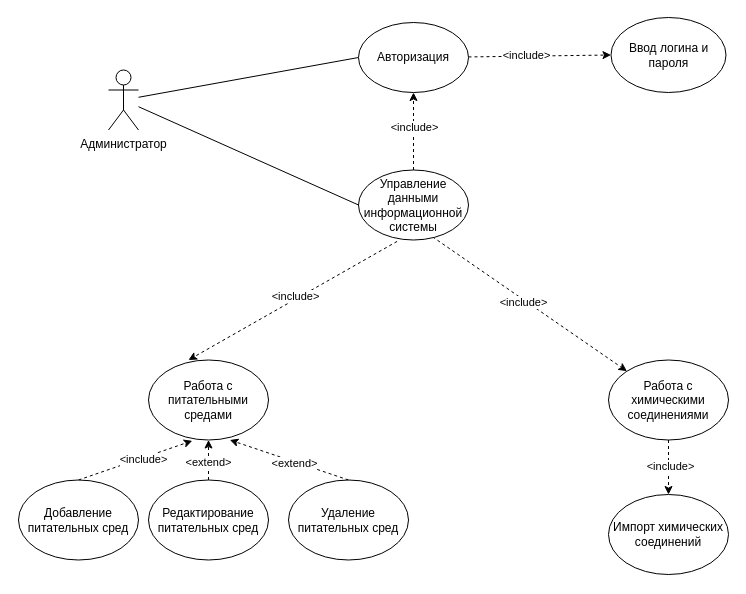
This is use-case_admin.drawio from eva01pilot/plant-tissue-diagrams, a draw.io file, before an edit. Source tidied: cells renumbered, new cells numbered last; positions are measured from the earlier drawing's top-left corner, leaving out a move shared by most shapes. Both pictures are drawn from the tidied source at 100%, with x=0, y=0 at pixel (18, 17).
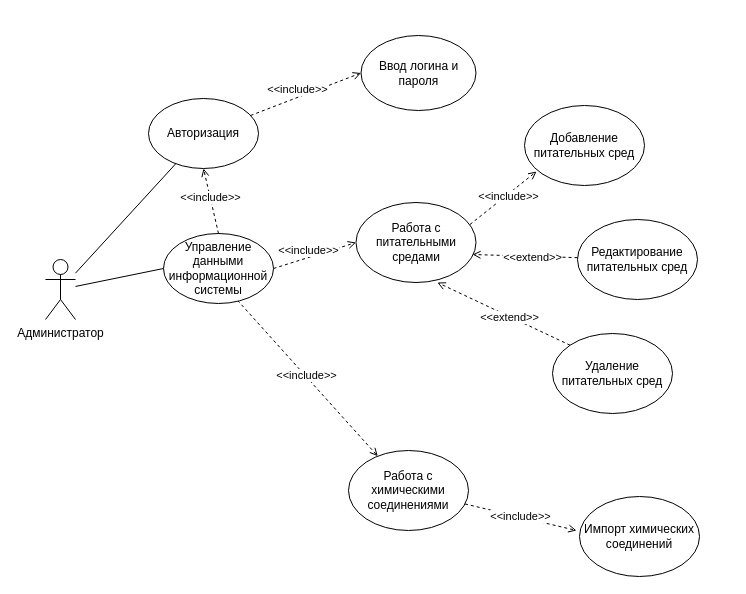
Above is the later version.

The edit, as a diff of the source:
```diff
@@
     <mxCell id="2" value="&lt;div&gt;Администратор&lt;/div&gt;" style="shape=umlActor;verticalLabelPosition=bottom;verticalAlign=top;html=1;outlineConnect=0;" parent="1" vertex="1">
-      <mxGeometry x="90" y="52.5" width="30" height="60" as="geometry" />
+      <mxGeometry x="27" y="242" width="30" height="60" as="geometry" />
     </mxCell>
-    <mxCell id="3" style="endArrow=none;html=1;rounded=0;entryX=0;entryY=0.5;entryDx=0;entryDy=0;" parent="1" edge="1" source="2" target="4">
+    <mxCell id="3" style="endArrow=none;html=1;rounded=0;" parent="1" edge="1" source="2" target="4">
       <mxGeometry relative="1" as="geometry" />
     </mxCell>
     <mxCell id="4" value="Авторизация" style="ellipse;whiteSpace=wrap;html=1;" parent="1" vertex="1">
-      <mxGeometry x="340" y="5" width="110" height="70" as="geometry" />
+      <mxGeometry x="130" y="81" width="110" height="70" as="geometry" />
     </mxCell>
-    <mxCell id="5" style="rounded=0;jettySize=auto;html=1;dashed=1;exitX=0.673;exitY=0.955;exitDx=0;exitDy=0;exitPerimeter=0;" parent="1" edge="1" source="7" target="14">
+    <mxCell id="5" style="rounded=0;jettySize=auto;html=1;dashed=1;exitX=0.673;exitY=0.955;exitDx=0;exitDy=0;exitPerimeter=0;endArrow=open;endFill=0;" parent="1" edge="1" source="7" target="14">
       <mxGeometry relative="1" as="geometry" />
     </mxCell>
-    <mxCell id="6" value="&amp;lt;include&amp;gt;" style="edgeLabel;html=1;align=center;verticalAlign=middle;" parent="5" vertex="1">
+    <mxCell id="6" value="&amp;lt;&amp;lt;include&amp;gt;&amp;gt;" style="edgeLabel;html=1;align=center;verticalAlign=middle;" parent="5" vertex="1">
       <mxGeometry x="-0.15" y="1" relative="1" as="geometry">
         <mxPoint x="8" y="9" as="offset" />
       </mxGeometry>
     </mxCell>
     <mxCell id="7" value="&lt;div&gt;Управление данными информационной системы&lt;/div&gt;" style="ellipse;whiteSpace=wrap;html=1;" parent="1" vertex="1">
-      <mxGeometry x="340" y="152.5" width="110" height="70" as="geometry" />
+      <mxGeometry x="145" y="216" width="110" height="70" as="geometry" />
     </mxCell>
@@
     <mxCell id="9" value="&lt;div&gt;Ввод логина и пароля&lt;/div&gt;" style="ellipse;whiteSpace=wrap;html=1;" parent="1" vertex="1">
-      <mxGeometry x="592.5" width="115" height="75" as="geometry" />
+      <mxGeometry x="342.5" y="18" width="115" height="75" as="geometry" />
     </mxCell>
-    <mxCell id="10" style="endArrow=classic;html=1;rounded=0;entryX=0;entryY=0.5;entryDx=0;entryDy=0;dashed=1;" parent="1" edge="1" source="4" target="9">
+    <mxCell id="10" style="endArrow=open;html=1;rounded=0;entryX=0;entryY=0.5;entryDx=0;entryDy=0;dashed=1;endFill=0;" parent="1" edge="1" source="4" target="9">
       <mxGeometry relative="1" as="geometry" />
     </mxCell>
-    <mxCell id="11" value="&lt;div&gt;&amp;lt;include&amp;gt;&lt;/div&gt;" style="edgeLabel;html=1;align=center;verticalAlign=middle;" parent="10" vertex="1">
-      <mxGeometry x="-0.18" y="1" relative="1" as="geometry" />
+    <mxCell id="11" value="&lt;br&gt;&lt;div&gt;&amp;lt;&amp;lt;include&amp;gt;&amp;gt;&lt;/div&gt;" style="edgeLabel;html=1;align=center;verticalAlign=middle;" parent="10" vertex="1">
+      <mxGeometry x="-0.18" y="1" relative="1" as="geometry">
+        <mxPoint x="2" y="-15" as="offset" />
+      </mxGeometry>
     </mxCell>
-    <mxCell id="12" style="edgeStyle=orthogonalEdgeStyle;rounded=0;jettySize=auto;html=1;entryX=0.5;entryY=0;entryDx=0;entryDy=0;dashed=1;" parent="1" edge="1" source="14" target="29">
+    <mxCell id="12" style="rounded=0;jettySize=auto;html=1;entryX=-0.025;entryY=0.425;entryDx=0;entryDy=0;dashed=1;entryPerimeter=0;endArrow=open;endFill=0;" parent="1" edge="1" source="14" target="29">
       <mxGeometry relative="1" as="geometry" />
     </mxCell>
-    <mxCell id="13" value="&amp;lt;include&amp;gt;" style="edgeLabel;html=1;align=center;verticalAlign=middle;" parent="12" vertex="1">
+    <mxCell id="13" value="&amp;lt;&amp;lt;include&amp;gt;&amp;gt;" style="edgeLabel;html=1;align=center;verticalAlign=middle;" parent="12" vertex="1">
       <mxGeometry x="-0.03" y="1" relative="1" as="geometry" />
     </mxCell>
     <mxCell id="14" value="Работа с химическими соединениями" style="ellipse;whiteSpace=wrap;html=1;" parent="1" vertex="1">
-      <mxGeometry x="590" y="342.5" width="120" height="80" as="geometry" />
+      <mxGeometry x="330" y="433" width="120" height="80" as="geometry" />
     </mxCell>
     <mxCell id="15" value="&lt;div&gt;Работа с питательными средами&lt;/div&gt;" style="ellipse;whiteSpace=wrap;html=1;" parent="1" vertex="1">
-      <mxGeometry x="130" y="342.5" width="120" height="80" as="geometry" />
+      <mxGeometry x="337.5" y="185" width="120" height="80" as="geometry" />
     </mxCell>
-    <mxCell id="16" style="endArrow=classic;html=1;rounded=0;exitX=0.351;exitY=1.02;exitDx=0;exitDy=0;exitPerimeter=0;dashed=1;entryX=0.351;entryY=1.02;entryDx=0;entryDy=0;entryPerimeter=0;" parent="1" edge="1" source="7">
-      <mxGeometry relative="1" as="geometry">
-        <mxPoint x="170" y="342.5" as="targetPoint" />
-      </mxGeometry>
+    <mxCell id="16" style="endArrow=open;html=1;rounded=0;exitX=1;exitY=0.5;exitDx=0;exitDy=0;dashed=1;entryX=0;entryY=0.5;entryDx=0;entryDy=0;endFill=0;" parent="1" edge="1" source="7" target="15">
+      <mxGeometry relative="1" as="geometry" />
     </mxCell>
-    <mxCell id="17" value="&amp;lt;include&amp;gt;" style="edgeLabel;html=1;align=center;verticalAlign=middle;" parent="16" vertex="1">
+    <mxCell id="17" value="&amp;lt;&amp;lt;include&amp;gt;&amp;gt;" style="edgeLabel;html=1;align=center;verticalAlign=middle;" parent="16" vertex="1">
       <mxGeometry x="-0.02" y="1" relative="1" as="geometry">
-        <mxPoint y="-5" as="offset" />
+        <mxPoint x="-5" y="-5" as="offset" />
       </mxGeometry>
     </mxCell>
     <mxCell id="18" value="&lt;div&gt;Добавление питательных сред&lt;/div&gt;" style="ellipse;whiteSpace=wrap;html=1;" parent="1" vertex="1">
-      <mxGeometry y="462.5" width="120" height="80" as="geometry" />
+      <mxGeometry x="506" y="88" width="120" height="80" as="geometry" />
     </mxCell>
     <mxCell id="19" value="&lt;div&gt;Редактирование питательных сред&lt;/div&gt;" style="ellipse;whiteSpace=wrap;html=1;" parent="1" vertex="1">
-      <mxGeometry x="130" y="462.5" width="120" height="80" as="geometry" />
+      <mxGeometry x="559" y="202" width="120" height="80" as="geometry" />
     </mxCell>
     <mxCell id="20" value="&lt;div&gt;Удаление питательных сред&lt;/div&gt;" style="ellipse;whiteSpace=wrap;html=1;" parent="1" vertex="1">
-      <mxGeometry x="270" y="462.5" width="120" height="80" as="geometry" />
+      <mxGeometry x="534" y="316" width="120" height="80" as="geometry" />
     </mxCell>
-    <mxCell id="21" style="endArrow=classic;html=1;rounded=0;exitX=0.5;exitY=0;exitDx=0;exitDy=0;entryX=0.365;entryY=1.01;entryDx=0;entryDy=0;dashed=1;entryPerimeter=0;" parent="1" edge="1" source="18" target="15">
+    <mxCell id="21" style="endArrow=open;html=1;rounded=0;entryX=0.1;entryY=0.825;entryDx=0;entryDy=0;dashed=1;entryPerimeter=0;exitX=0.95;exitY=0.275;exitDx=0;exitDy=0;exitPerimeter=0;endFill=0;" parent="1" edge="1" source="15" target="18">
       <mxGeometry relative="1" as="geometry" />
     </mxCell>
-    <mxCell id="22" value="&amp;lt;include&amp;gt;" style="edgeLabel;html=1;align=center;verticalAlign=middle;" parent="21" vertex="1">
+    <mxCell id="22" value="&amp;lt;&amp;lt;include&amp;gt;&amp;gt;" style="edgeLabel;html=1;align=center;verticalAlign=middle;" parent="21" vertex="1">
       <mxGeometry x="0.14" y="-2" relative="1" as="geometry">
         <mxPoint x="-1" as="offset" />
       </mxGeometry>
     </mxCell>
-    <mxCell id="23" style="endArrow=classic;html=1;rounded=0;exitX=0.5;exitY=0;exitDx=0;exitDy=0;entryX=0.5;entryY=1;entryDx=0;entryDy=0;dashed=1;" parent="1" edge="1" source="19" target="15">
+    <mxCell id="23" style="endArrow=open;html=1;rounded=0;entryX=0.971;entryY=0.65;entryDx=0;entryDy=0;dashed=1;entryPerimeter=0;endFill=0;" parent="1" edge="1" source="19" target="15">
       <mxGeometry relative="1" as="geometry" />
     </mxCell>
-    <mxCell id="24" value="&amp;lt;extend&amp;gt;" style="edgeLabel;html=1;align=center;verticalAlign=middle;" parent="23" vertex="1">
+    <mxCell id="24" value="&amp;lt;&amp;lt;extend&amp;gt;&amp;gt;" style="edgeLabel;html=1;align=center;verticalAlign=middle;" parent="23" vertex="1">
       <mxGeometry x="-0.12" y="1" relative="1" as="geometry" />
     </mxCell>
-    <mxCell id="25" style="endArrow=classic;html=1;rounded=0;exitX=0.5;exitY=0;exitDx=0;exitDy=0;entryX=0.678;entryY=1;entryDx=0;entryDy=0;entryPerimeter=0;dashed=1;" parent="1" edge="1" source="20" target="15">
+    <mxCell id="25" style="endArrow=open;html=1;rounded=0;exitX=0;exitY=0;exitDx=0;exitDy=0;entryX=0.678;entryY=1;entryDx=0;entryDy=0;entryPerimeter=0;dashed=1;endFill=0;" parent="1" edge="1" source="20" target="15">
       <mxGeometry relative="1" as="geometry" />
     </mxCell>
-    <mxCell id="26" value="&amp;lt;extend&amp;gt;" style="edgeLabel;html=1;align=center;verticalAlign=middle;" parent="25" vertex="1">
+    <mxCell id="26" value="&amp;lt;&amp;lt;extend&amp;gt;&amp;gt;" style="edgeLabel;html=1;align=center;verticalAlign=middle;" parent="25" vertex="1">
       <mxGeometry x="-0.09" y="1" relative="1" as="geometry" />
     </mxCell>
-    <mxCell id="27" style="endArrow=classic;html=1;rounded=0;exitX=0.5;exitY=0;exitDx=0;exitDy=0;entryX=0.5;entryY=1;entryDx=0;entryDy=0;dashed=1;" parent="1" edge="1" source="7" target="4">
+    <mxCell id="27" style="endArrow=open;html=1;rounded=0;exitX=0.5;exitY=0;exitDx=0;exitDy=0;entryX=0.5;entryY=1;entryDx=0;entryDy=0;dashed=1;endFill=0;" parent="1" edge="1" source="7" target="4">
       <mxGeometry relative="1" as="geometry" />
     </mxCell>
-    <mxCell id="28" value="&amp;lt;include&amp;gt;" style="edgeLabel;html=1;align=center;verticalAlign=middle;" parent="27" vertex="1">
+    <mxCell id="28" value="&amp;lt;&amp;lt;include&amp;gt;&amp;gt;" style="edgeLabel;html=1;align=center;verticalAlign=middle;" parent="27" vertex="1">
       <mxGeometry x="0.11" relative="1" as="geometry" />
     </mxCell>
     <mxCell id="29" value="Импорт химических соединений" style="ellipse;whiteSpace=wrap;html=1;" parent="1" vertex="1">
-      <mxGeometry x="590" y="477" width="120" height="80" as="geometry" />
+      <mxGeometry x="561" y="479" width="120" height="80" as="geometry" />
     </mxCell>
+    <mxCell id="30" style="edgeStyle=orthogonalEdgeStyle;rounded=0;orthogonalLoop=1;jettySize=auto;html=1;exitX=0.5;exitY=1;exitDx=0;exitDy=0;" parent="1" edge="1" source="18" target="18">
+      <mxGeometry relative="1" as="geometry" />
+    </mxCell>
```
